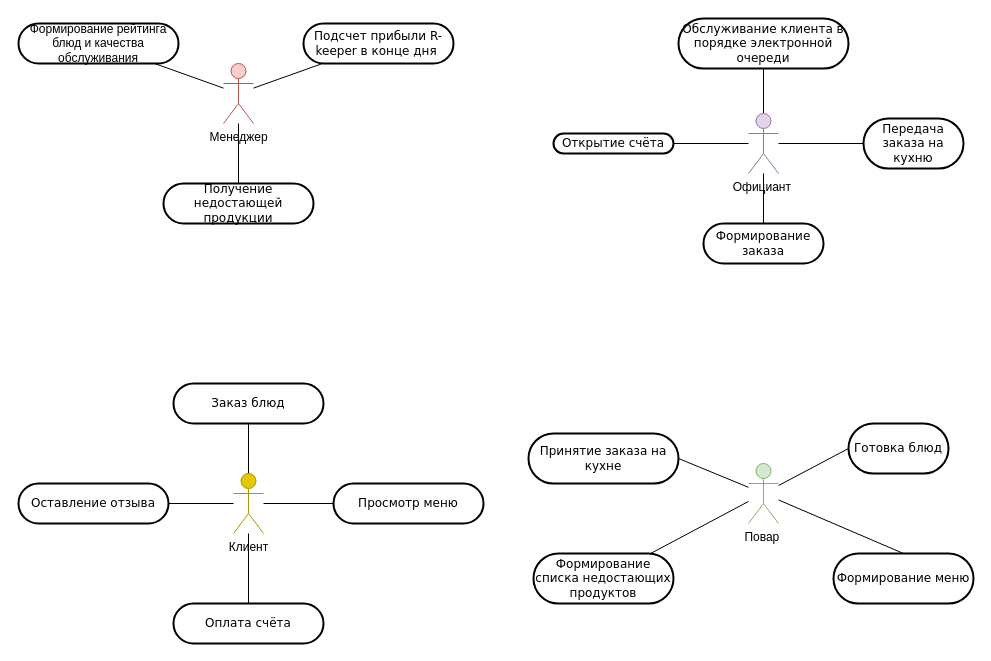
Above: Use Case Diagram.drawio in maria-kuchina262002/mypracticework (draw.io), before the change. Source tidied: cells renumbered, new cells numbered last; positions are measured from the earlier drawing's top-left corner, leaving out a move shared by most shapes. Both pictures are drawn from the tidied source at 100%, with x=0, y=0 at pixel (18, 18).
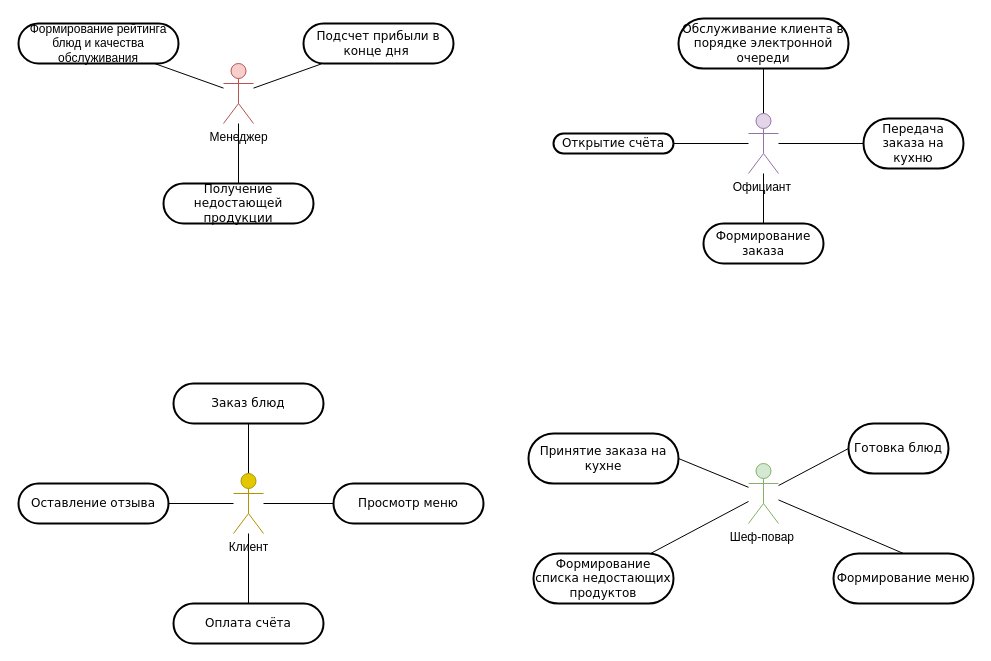
After the change.

What changed in the source:
```diff
@@
-    <mxCell id="7" value="Подсчет прибыли R-keeper в конце дня&amp;nbsp;" style="whiteSpace=wrap;html=1;rounded=1;shadow=0;comic=0;labelBackgroundColor=none;strokeWidth=2;fontFamily=Verdana;fontSize=12;align=center;arcSize=50;" parent="1" vertex="1">
+    <mxCell id="7" value="Подсчет прибыли в конце дня&amp;nbsp;" style="whiteSpace=wrap;html=1;rounded=1;shadow=0;comic=0;labelBackgroundColor=none;strokeWidth=2;fontFamily=Verdana;fontSize=12;align=center;arcSize=50;" parent="1" vertex="1">
       <mxGeometry x="285" y="5" width="150" height="40" as="geometry" />
     </mxCell>
@@
-    <mxCell id="31" value="Повар&amp;nbsp;" style="shape=umlActor;verticalLabelPosition=bottom;verticalAlign=top;html=1;outlineConnect=0;fillColor=#d5e8d4;strokeColor=#82b366;" parent="1" vertex="1">
+    <mxCell id="31" value="Шеф-повар&amp;nbsp;" style="shape=umlActor;verticalLabelPosition=bottom;verticalAlign=top;html=1;outlineConnect=0;fillColor=#d5e8d4;strokeColor=#82b366;" parent="1" vertex="1">
       <mxGeometry x="730" y="445" width="30" height="60" as="geometry" />
     </mxCell>
```
